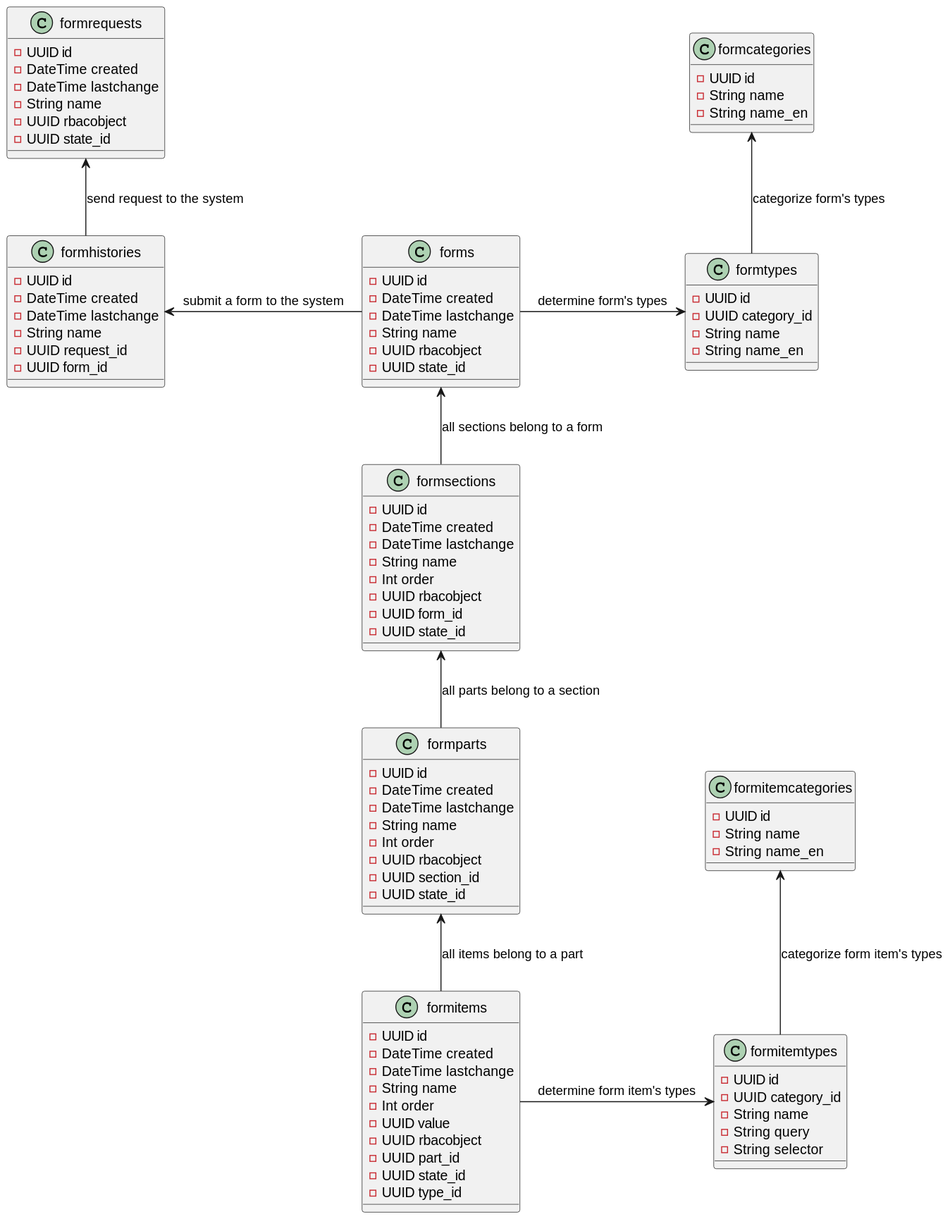
The PlantUML diagram out/forms_model/forms/class_diagram.svg in Minhdung163/UML_Form, before a commit. Its diagram source:
```plantuml
@startuml

class formrequests{
    -UUID id
    -DateTime created
    -DateTime lastchange
    -String name
    -UUID rbacobject
    -UUID state_id
}

class formhistories{
    -UUID id
    -DateTime created
    -DateTime lastchange
    -String name
    -UUID request_id
    -UUID form_id
}

class forms{
    -UUID id
    -DateTime created
    -DateTime lastchange
    -String name
    -UUID rbacobject
    -UUID state_id
}

forms -left-> formhistories : submit a form to the system
formhistories -up-> formrequests : send request to the system


class formtypes{
    -UUID id
    -UUID category_id
    -String name
    -String name_en
}

class formcategories{
    -UUID id
    -String name
    -String name_en
}

forms -right-> formtypes : determine form's types
formtypes -up-> formcategories : categorize form's types


class formsections{
    -UUID id
    -DateTime created
    -DateTime lastchange
    -String name
    -Int order
    -UUID rbacobject
    -UUID form_id
    -UUID state_id
}

class formparts{
    -UUID id
    -DateTime created
    -DateTime lastchange
    -String name
    -Int order
    -UUID rbacobject
    -UUID section_id
    -UUID state_id
}

class formitems{
    -UUID id
    -DateTime created
    -DateTime lastchange
    -String name
    -Int order
    -UUID value
    -UUID rbacobject
    -UUID part_id
    -UUID state_id
    -UUID type_id
}

formsections -up-> forms : all sections belong to a form
formparts -up-> formsections : all parts belong to a section
formitems -up-> formparts : all items belong to a part


class formitemtypes{
    -UUID id
    -UUID category_id
    -String name
    -String query
    -String selector
}

class formitemcategories{
    -UUID id
    -String name
    -String name_en
}

formitems -right-> formitemtypes : determine form item's types
formitemtypes -up-> formitemcategories : categorize form item's types
@enduml
```
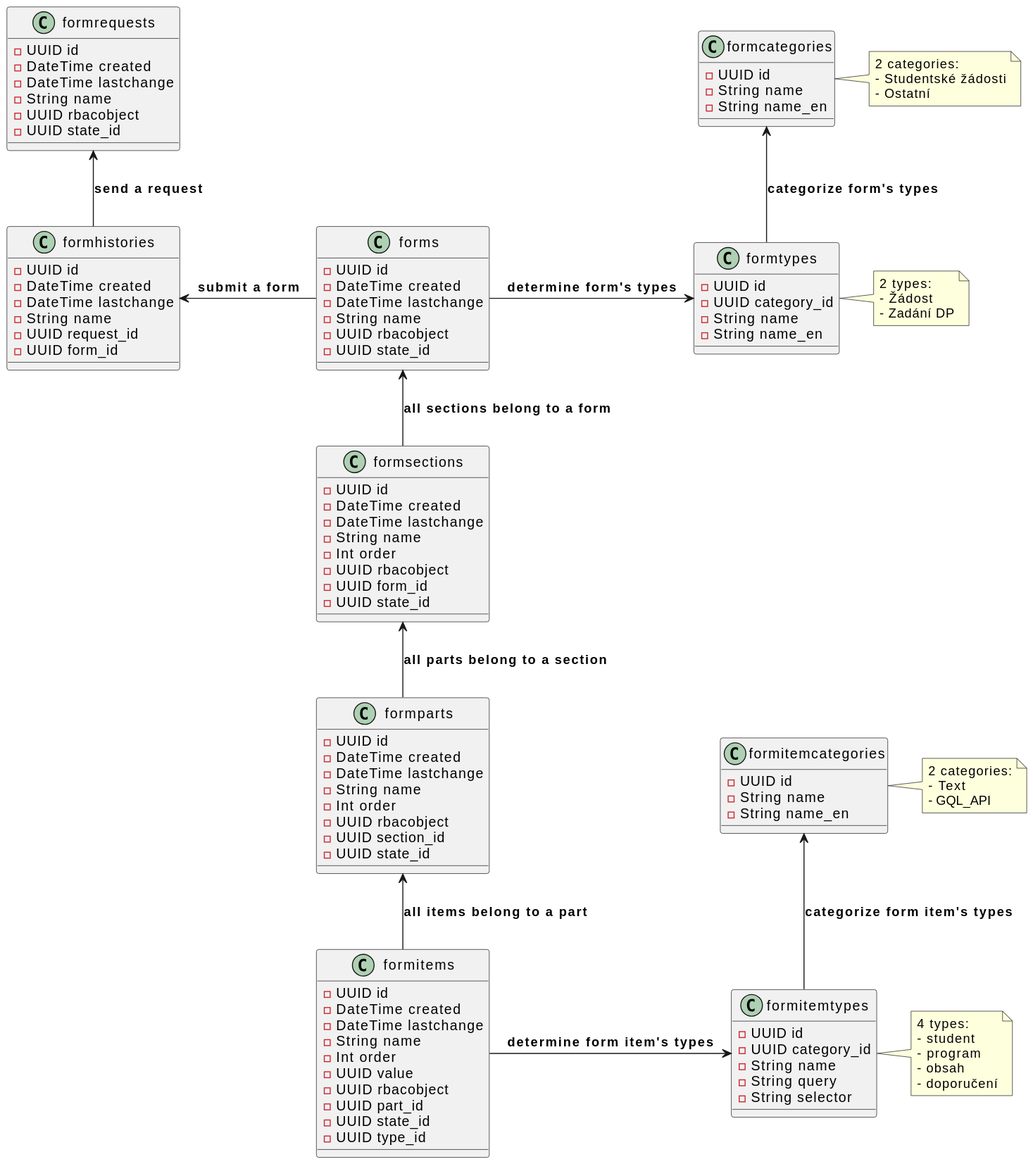
The same file after the commit.

Change to the diagram source:
```diff
@@ -27,8 +27,8 @@
     -UUID state_id
 }
 
-forms -left-> formhistories : submit a form to the system
-formhistories -up-> formrequests : send request to the system
+forms -left-> formhistories : **submit a form**
+formhistories -up-> formrequests : **send a request**
 
 
 class formtypes{
@@ -38,14 +38,26 @@
     -String name_en
 }
 
+note right of formtypes
+    2 types:
+    - Žádost
+    - Zadání DP
+end note
+
 class formcategories{
     -UUID id
     -String name
     -String name_en
 }
 
-forms -right-> formtypes : determine form's types
-formtypes -up-> formcategories : categorize form's types
+note right of formcategories
+    2 categories:
+    - Studentské žádosti
+    - Ostatní
+end note
+
+forms -right-> formtypes : **determine form's types**
+formtypes -up-> formcategories : **categorize form's types**
 
 
 class formsections{
@@ -83,9 +95,9 @@
     -UUID type_id
 }
 
-formsections -up-> forms : all sections belong to a form
-formparts -up-> formsections : all parts belong to a section
-formitems -up-> formparts : all items belong to a part
+formsections -up-> forms : **all sections belong to a form**
+formparts -up-> formsections : **all parts belong to a section**
+formitems -up-> formparts : **all items belong to a part**
 
 
 class formitemtypes{
@@ -96,12 +108,25 @@
     -String selector
 }
 
+note right of formitemtypes
+    4 types:
+    - student
+    - program
+    - obsah
+    - doporučení
+end note
+
 class formitemcategories{
     -UUID id
     -String name
     -String name_en
 }
+note right of formitemcategories
+    2 categories:
+    - Text
+    - GQL_API
+end note
 
-formitems -right-> formitemtypes : determine form item's types
-formitemtypes -up-> formitemcategories : categorize form item's types
+formitems -right-> formitemtypes : **determine form item's types**
+formitemtypes -up-> formitemcategories : **categorize form item's types**
 @enduml
```
